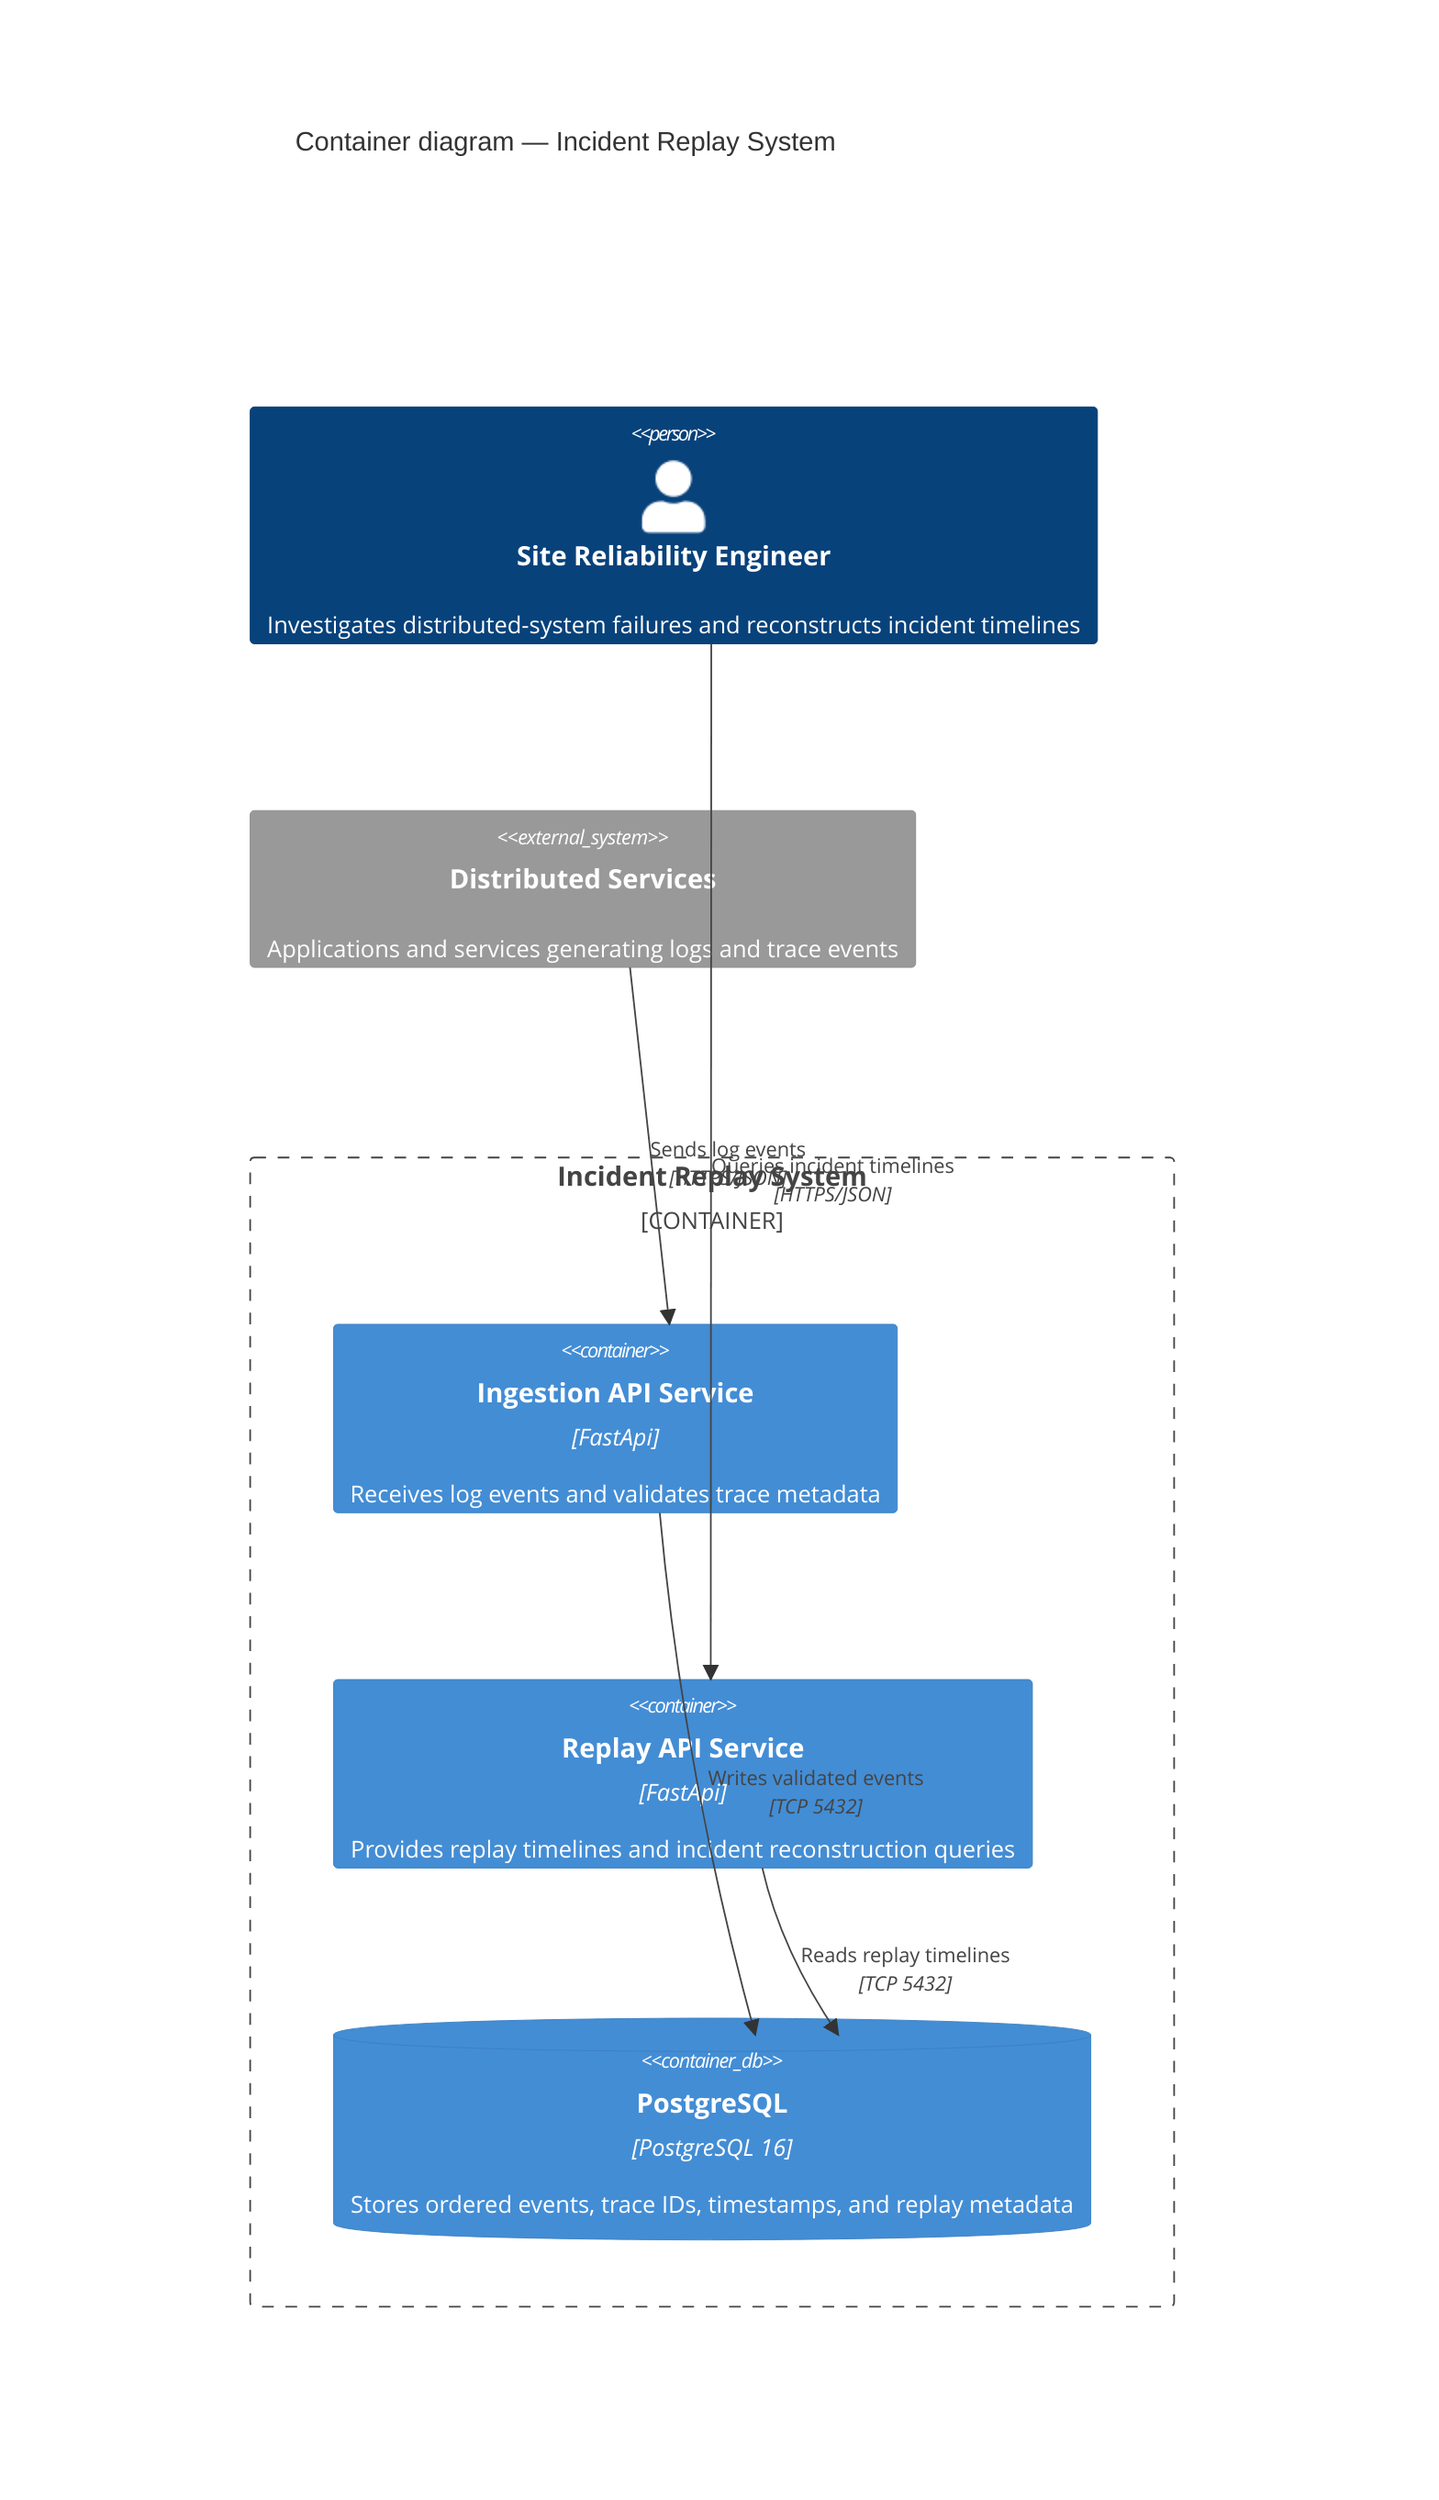
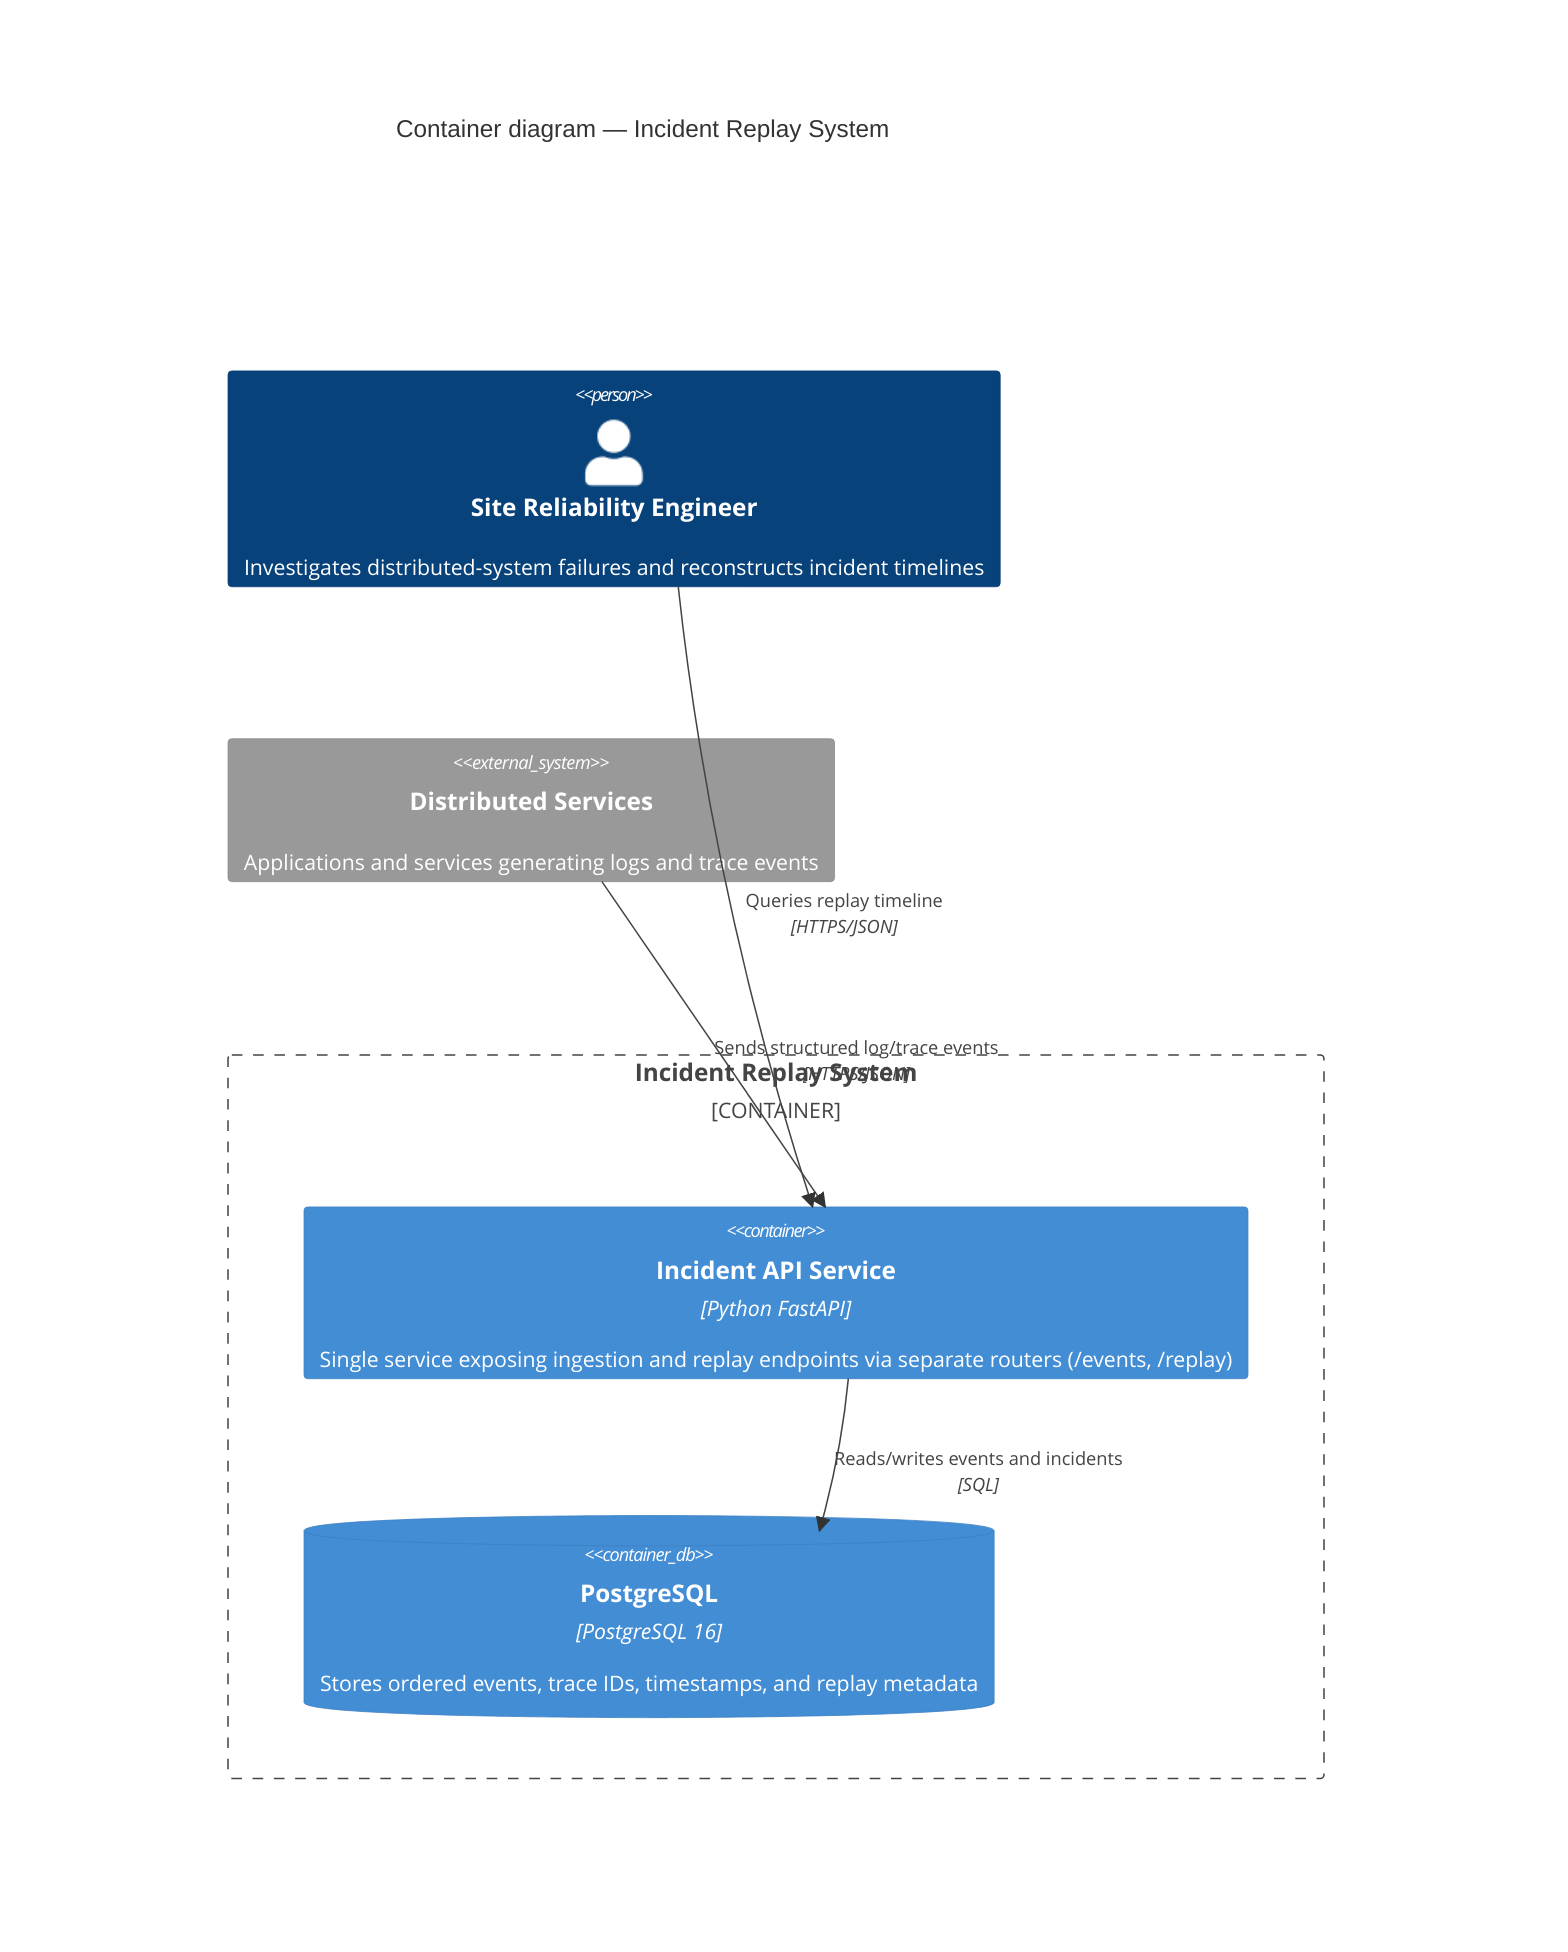

C4Container
    title Container diagram — Incident Replay System

    Person(engineer, "Site Reliability Engineer", "Investigates distributed-system failures and reconstructs incident timelines")

    System_Ext(services, "Distributed Services", "Applications and services generating logs and trace events")

    Container_Boundary(c1, "Incident Replay System") {

-         Container(api, "Ingestion API Service", "FastApi", "Receives log events and validates trace metadata")
- 
-         Container(replay, "Replay API Service", "FastApi", "Provides replay timelines and incident reconstruction queries")
+         Container(api, "Incident API Service", "Python FastAPI", "Single service exposing ingestion and replay endpoints via separate routers (/events, /replay)")

        ContainerDb(db, "PostgreSQL", "PostgreSQL 16", "Stores ordered events, trace IDs, timestamps, and replay metadata")

    }

-     Rel(services, api, "Sends log events", "HTTPS/JSON")
-     Rel(api, db, "Writes validated events", "TCP 5432")
-     Rel(replay, db, "Reads replay timelines", "TCP 5432")
-     Rel(engineer, replay, "Queries incident timelines", "HTTPS/JSON")
+     Rel(services, api, "Sends structured log/trace events", "HTTPS/JSON")
+     Rel(engineer, api, "Queries replay timeline", "HTTPS/JSON")
+     Rel(api, db, "Reads/writes events and incidents", "SQL")

    UpdateLayoutConfig($c4ShapeInRow="3", $c4BoundaryInRow="1")